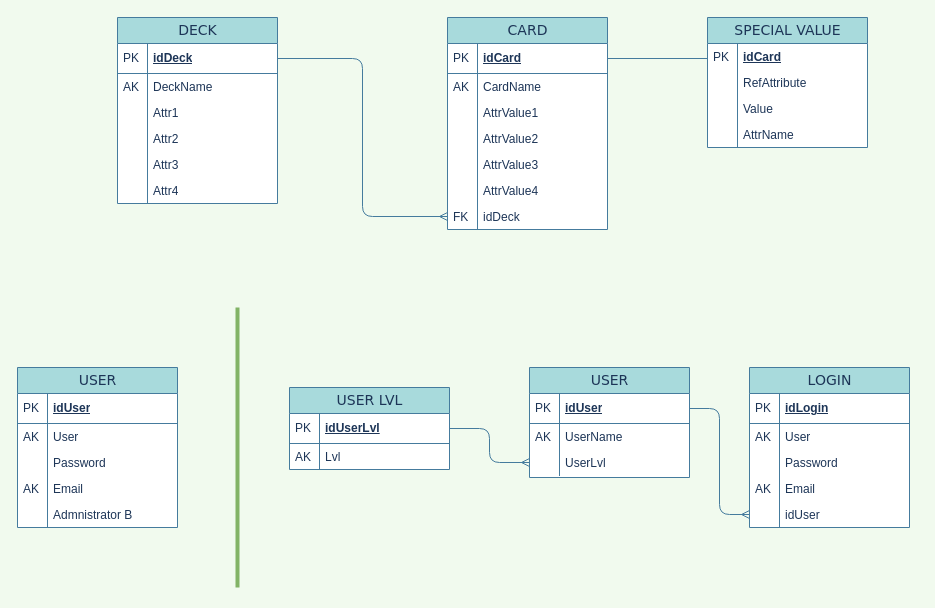
Above: db-projeto-pi.drawio in Gustavo-Palmeira/Mega-Triunfo (draw.io), before the change. Source tidied: cells renumbered, new cells numbered last; positions are measured from the earlier drawing's top-left corner, leaving out a move shared by most shapes. Both pictures are drawn from the tidied source at 100%, with x=0, y=0 at pixel (17, 17).
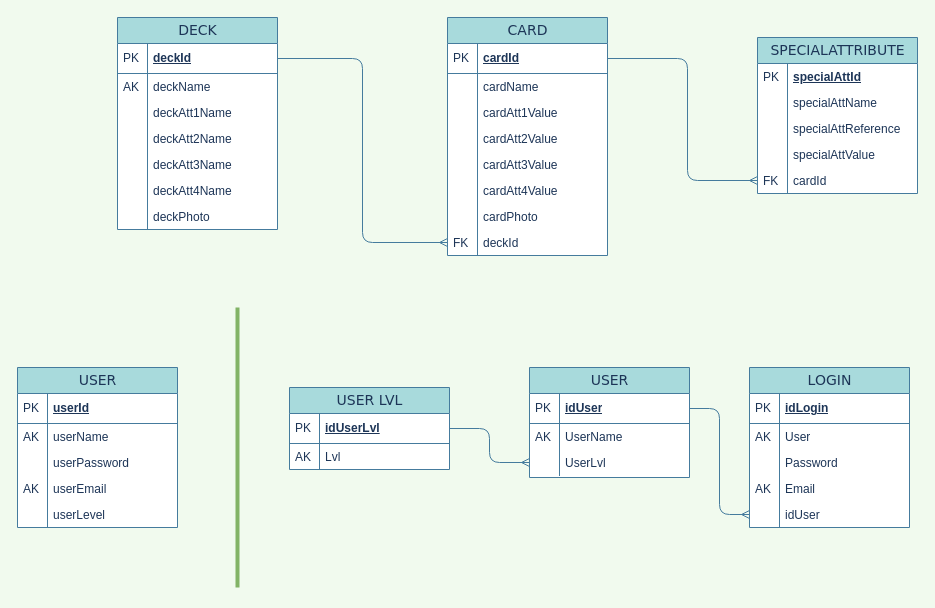
After the change.

Commit message (it also covers changes not shown here):
Adicionando o arquivo para importação do banco de dados e seu diagrama atualizado

Unchanged cells that the change refers to:
```xml
<mxCell id="43" value="USER" style="swimlane;html=1;fontStyle=0;horizontal=1;startSize=26;fillColor=#A8DADC;swimlaneFillColor=#ffffff;align=center;rounded=0;shadow=0;comic=0;labelBackgroundColor=none;strokeWidth=1;fontFamily=Verdana;fontSize=14;strokeColor=#457B9D;fontColor=#1D3557;" parent="1" vertex="1">
  <mxGeometry y="350" width="160" height="160" as="geometry" />
</mxCell>
```

What changed in the source:
```diff
@@
-    <mxCell id="2" style="edgeStyle=orthogonalEdgeStyle;curved=0;rounded=1;sketch=0;jettySize=auto;html=1;exitX=0;exitY=0.5;exitDx=0;exitDy=0;entryX=1;entryY=0.5;entryDx=0;entryDy=0;strokeColor=#457B9D;fillColor=#A8DADC;fontColor=#1D3557;endArrow=none;endFill=0;" parent="1" edge="1" source="33" target="18">
+    <mxCell id="2" style="edgeStyle=orthogonalEdgeStyle;curved=0;rounded=1;sketch=0;jettySize=auto;html=1;entryX=1;entryY=0.5;entryDx=0;entryDy=0;strokeColor=#457B9D;fillColor=#A8DADC;fontColor=#1D3557;endArrow=none;endFill=0;startArrow=ERmany;startFill=0;exitX=0;exitY=0.5;exitDx=0;exitDy=0;" parent="1" edge="1" source="82" target="18">
       <mxGeometry relative="1" as="geometry">
         <Array as="points">
-          <mxPoint x="720" y="41" />
+          <mxPoint x="670" y="163" />
+          <mxPoint x="670" y="41" />
         </Array>
       </mxGeometry>
     </mxCell>
-    <mxCell id="3" style="edgeStyle=orthogonalEdgeStyle;curved=0;rounded=1;sketch=0;jettySize=auto;html=1;exitX=1;exitY=0.5;exitDx=0;exitDy=0;entryX=0;entryY=0.5;entryDx=0;entryDy=0;strokeColor=#457B9D;fillColor=#A8DADC;fontColor=#1D3557;endArrow=ERmany;endFill=0;" parent="1" edge="1" source="5" target="30">
+    <mxCell id="3" style="edgeStyle=orthogonalEdgeStyle;curved=0;rounded=1;sketch=0;jettySize=auto;html=1;exitX=1;exitY=0.5;exitDx=0;exitDy=0;entryX=0;entryY=0.5;entryDx=0;entryDy=0;strokeColor=#457B9D;fillColor=#A8DADC;fontColor=#1D3557;endArrow=ERmany;endFill=0;" parent="1" edge="1" source="5" target="80">
       <mxGeometry relative="1" as="geometry" />
     </mxCell>
     <mxCell id="4" value="DECK" style="swimlane;html=1;fontStyle=0;horizontal=1;startSize=26;fillColor=#A8DADC;swimlaneFillColor=#ffffff;align=center;rounded=0;shadow=0;comic=0;labelBackgroundColor=none;strokeWidth=1;fontFamily=Verdana;fontSize=14;strokeColor=#457B9D;fontColor=#1D3557;" parent="1" vertex="1">
-      <mxGeometry x="100" width="160" height="186" as="geometry" />
+      <mxGeometry x="100" width="160" height="212" as="geometry" />
     </mxCell>
-    <mxCell id="5" value="idDeck" style="shape=partialRectangle;top=0;left=0;right=0;bottom=1;html=1;align=left;verticalAlign=middle;fillColor=none;spacingLeft=34;spacingRight=4;whiteSpace=wrap;overflow=hidden;points=[[0,0.5],[1,0.5]];portConstraint=eastwest;fontStyle=5;strokeColor=#457B9D;fontColor=#1D3557;" parent="4" vertex="1">
+    <mxCell id="5" value="deckId" style="shape=partialRectangle;top=0;left=0;right=0;bottom=1;html=1;align=left;verticalAlign=middle;fillColor=none;spacingLeft=34;spacingRight=4;whiteSpace=wrap;overflow=hidden;points=[[0,0.5],[1,0.5]];portConstraint=eastwest;fontStyle=5;strokeColor=#457B9D;fontColor=#1D3557;" parent="4" vertex="1">
       <mxGeometry y="26" width="160" height="30" as="geometry" />
     </mxCell>
@@
-    <mxCell id="7" value="DeckName" style="shape=partialRectangle;top=0;left=0;right=0;bottom=0;html=1;align=left;verticalAlign=top;fillColor=none;spacingLeft=34;spacingRight=4;whiteSpace=wrap;overflow=hidden;strokeColor=#457B9D;fontColor=#1D3557;" parent="4" vertex="1">
+    <mxCell id="7" value="deckName" style="shape=partialRectangle;top=0;left=0;right=0;bottom=0;html=1;align=left;verticalAlign=top;fillColor=none;spacingLeft=34;spacingRight=4;whiteSpace=wrap;overflow=hidden;strokeColor=#457B9D;fontColor=#1D3557;" parent="4" vertex="1">
       <mxGeometry y="56" width="160" height="26" as="geometry" />
     </mxCell>
@@
-    <mxCell id="9" value="Attr1" style="shape=partialRectangle;top=0;left=0;right=0;bottom=0;html=1;align=left;verticalAlign=top;fillColor=none;spacingLeft=34;spacingRight=4;whiteSpace=wrap;overflow=hidden;strokeColor=#457B9D;fontColor=#1D3557;" parent="4" vertex="1">
+    <mxCell id="9" value="deckAtt1Name" style="shape=partialRectangle;top=0;left=0;right=0;bottom=0;html=1;align=left;verticalAlign=top;fillColor=none;spacingLeft=34;spacingRight=4;whiteSpace=wrap;overflow=hidden;strokeColor=#457B9D;fontColor=#1D3557;" parent="4" vertex="1">
       <mxGeometry y="82" width="160" height="26" as="geometry" />
     </mxCell>
@@
-    <mxCell id="11" value="Attr2" style="shape=partialRectangle;top=0;left=0;right=0;bottom=0;html=1;align=left;verticalAlign=top;fillColor=none;spacingLeft=34;spacingRight=4;whiteSpace=wrap;overflow=hidden;strokeColor=#457B9D;fontColor=#1D3557;" parent="4" vertex="1">
+    <mxCell id="11" value="deckAtt2Name" style="shape=partialRectangle;top=0;left=0;right=0;bottom=0;html=1;align=left;verticalAlign=top;fillColor=none;spacingLeft=34;spacingRight=4;whiteSpace=wrap;overflow=hidden;strokeColor=#457B9D;fontColor=#1D3557;" parent="4" vertex="1">
       <mxGeometry y="108" width="160" height="26" as="geometry" />
     </mxCell>
@@
-    <mxCell id="13" value="Attr3" style="shape=partialRectangle;top=0;left=0;right=0;bottom=0;html=1;align=left;verticalAlign=top;fillColor=none;spacingLeft=34;spacingRight=4;whiteSpace=wrap;overflow=hidden;strokeColor=#457B9D;fontColor=#1D3557;" parent="4" vertex="1">
+    <mxCell id="13" value="deckAtt3Name" style="shape=partialRectangle;top=0;left=0;right=0;bottom=0;html=1;align=left;verticalAlign=top;fillColor=none;spacingLeft=34;spacingRight=4;whiteSpace=wrap;overflow=hidden;strokeColor=#457B9D;fontColor=#1D3557;" parent="4" vertex="1">
       <mxGeometry y="134" width="160" height="26" as="geometry" />
     </mxCell>
@@
-    <mxCell id="15" value="Attr4" style="shape=partialRectangle;top=0;left=0;right=0;bottom=0;html=1;align=left;verticalAlign=top;fillColor=none;spacingLeft=34;spacingRight=4;whiteSpace=wrap;overflow=hidden;strokeColor=#457B9D;fontColor=#1D3557;" parent="4" vertex="1">
+    <mxCell id="15" value="deckAtt4Name" style="shape=partialRectangle;top=0;left=0;right=0;bottom=0;html=1;align=left;verticalAlign=top;fillColor=none;spacingLeft=34;spacingRight=4;whiteSpace=wrap;overflow=hidden;strokeColor=#457B9D;fontColor=#1D3557;" parent="4" vertex="1">
       <mxGeometry y="160" width="160" height="26" as="geometry" />
     </mxCell>
@@
+    <mxCell id="78" value="deckPhoto" style="shape=partialRectangle;top=0;left=0;right=0;bottom=0;html=1;align=left;verticalAlign=top;fillColor=none;spacingLeft=34;spacingRight=4;whiteSpace=wrap;overflow=hidden;strokeColor=#457B9D;fontColor=#1D3557;" parent="4" vertex="1">
+      <mxGeometry y="186" width="160" height="26" as="geometry" />
+    </mxCell>
+    <mxCell id="79" style="shape=partialRectangle;top=0;left=0;bottom=0;html=1;fillColor=none;align=left;verticalAlign=top;spacingLeft=4;spacingRight=4;whiteSpace=wrap;overflow=hidden;strokeColor=#457B9D;fontColor=#1D3557;" parent="78" vertex="1">
+      <mxGeometry width="30" height="26" as="geometry" />
+    </mxCell>
     <mxCell id="17" value="CARD" style="swimlane;html=1;fontStyle=0;horizontal=1;startSize=26;fillColor=#A8DADC;swimlaneFillColor=#ffffff;align=center;rounded=0;shadow=0;comic=0;labelBackgroundColor=none;strokeWidth=1;fontFamily=Verdana;fontSize=14;strokeColor=#457B9D;fontColor=#1D3557;" parent="1" vertex="1">
-      <mxGeometry x="430" width="160" height="212" as="geometry" />
+      <mxGeometry x="430" width="160" height="238" as="geometry" />
     </mxCell>
-    <mxCell id="18" value="idCard" style="shape=partialRectangle;top=0;left=0;right=0;bottom=1;html=1;align=left;verticalAlign=middle;fillColor=none;spacingLeft=34;spacingRight=4;whiteSpace=wrap;overflow=hidden;points=[[0,0.5],[1,0.5]];portConstraint=eastwest;fontStyle=5;strokeColor=#457B9D;fontColor=#1D3557;" parent="17" vertex="1">
+    <mxCell id="18" value="cardId" style="shape=partialRectangle;top=0;left=0;right=0;bottom=1;html=1;align=left;verticalAlign=middle;fillColor=none;spacingLeft=34;spacingRight=4;whiteSpace=wrap;overflow=hidden;points=[[0,0.5],[1,0.5]];portConstraint=eastwest;fontStyle=5;strokeColor=#457B9D;fontColor=#1D3557;" parent="17" vertex="1">
       <mxGeometry y="26" width="160" height="30" as="geometry" />
     </mxCell>
@@
-    <mxCell id="20" value="CardName" style="shape=partialRectangle;top=0;left=0;right=0;bottom=0;html=1;align=left;verticalAlign=top;fillColor=none;spacingLeft=34;spacingRight=4;whiteSpace=wrap;overflow=hidden;strokeColor=#457B9D;fontColor=#1D3557;" parent="17" vertex="1">
+    <mxCell id="20" value="cardName" style="shape=partialRectangle;top=0;left=0;right=0;bottom=0;html=1;align=left;verticalAlign=top;fillColor=none;spacingLeft=34;spacingRight=4;whiteSpace=wrap;overflow=hidden;strokeColor=#457B9D;fontColor=#1D3557;" parent="17" vertex="1">
       <mxGeometry y="56" width="160" height="26" as="geometry" />
     </mxCell>
-    <mxCell id="21" value="AK" style="shape=partialRectangle;top=0;left=0;bottom=0;html=1;fillColor=none;align=left;verticalAlign=top;spacingLeft=4;spacingRight=4;whiteSpace=wrap;overflow=hidden;strokeColor=#457B9D;fontColor=#1D3557;" parent="20" vertex="1">
+    <mxCell id="21" style="shape=partialRectangle;top=0;left=0;bottom=0;html=1;fillColor=none;align=left;verticalAlign=top;spacingLeft=4;spacingRight=4;whiteSpace=wrap;overflow=hidden;strokeColor=#457B9D;fontColor=#1D3557;" parent="20" vertex="1">
       <mxGeometry width="30" height="26" as="geometry" />
     </mxCell>
-    <mxCell id="22" value="AttrValue1" style="shape=partialRectangle;top=0;left=0;right=0;bottom=0;html=1;align=left;verticalAlign=top;fillColor=none;spacingLeft=34;spacingRight=4;whiteSpace=wrap;overflow=hidden;strokeColor=#457B9D;fontColor=#1D3557;" parent="17" vertex="1">
+    <mxCell id="22" value="cardAtt1Value" style="shape=partialRectangle;top=0;left=0;right=0;bottom=0;html=1;align=left;verticalAlign=top;fillColor=none;spacingLeft=34;spacingRight=4;whiteSpace=wrap;overflow=hidden;strokeColor=#457B9D;fontColor=#1D3557;" parent="17" vertex="1">
       <mxGeometry y="82" width="160" height="26" as="geometry" />
     </mxCell>
@@
-    <mxCell id="24" value="AttrValue2" style="shape=partialRectangle;top=0;left=0;right=0;bottom=0;html=1;align=left;verticalAlign=top;fillColor=none;spacingLeft=34;spacingRight=4;whiteSpace=wrap;overflow=hidden;strokeColor=#457B9D;fontColor=#1D3557;" parent="17" vertex="1">
+    <mxCell id="24" value="cardAtt2Value" style="shape=partialRectangle;top=0;left=0;right=0;bottom=0;html=1;align=left;verticalAlign=top;fillColor=none;spacingLeft=34;spacingRight=4;whiteSpace=wrap;overflow=hidden;strokeColor=#457B9D;fontColor=#1D3557;" parent="17" vertex="1">
       <mxGeometry y="108" width="160" height="26" as="geometry" />
     </mxCell>
@@
-    <mxCell id="26" value="AttrValue3" style="shape=partialRectangle;top=0;left=0;right=0;bottom=0;html=1;align=left;verticalAlign=top;fillColor=none;spacingLeft=34;spacingRight=4;whiteSpace=wrap;overflow=hidden;strokeColor=#457B9D;fontColor=#1D3557;" parent="17" vertex="1">
+    <mxCell id="26" value="cardAtt3Value" style="shape=partialRectangle;top=0;left=0;right=0;bottom=0;html=1;align=left;verticalAlign=top;fillColor=none;spacingLeft=34;spacingRight=4;whiteSpace=wrap;overflow=hidden;strokeColor=#457B9D;fontColor=#1D3557;" parent="17" vertex="1">
       <mxGeometry y="134" width="160" height="26" as="geometry" />
     </mxCell>
@@
-    <mxCell id="28" value="AttrValue4" style="shape=partialRectangle;top=0;left=0;right=0;bottom=0;html=1;align=left;verticalAlign=top;fillColor=none;spacingLeft=34;spacingRight=4;whiteSpace=wrap;overflow=hidden;strokeColor=#457B9D;fontColor=#1D3557;" parent="17" vertex="1">
+    <mxCell id="28" value="cardAtt4Value" style="shape=partialRectangle;top=0;left=0;right=0;bottom=0;html=1;align=left;verticalAlign=top;fillColor=none;spacingLeft=34;spacingRight=4;whiteSpace=wrap;overflow=hidden;strokeColor=#457B9D;fontColor=#1D3557;" parent="17" vertex="1">
       <mxGeometry y="160" width="160" height="26" as="geometry" />
     </mxCell>
@@
-    <mxCell id="30" value="idDeck" style="shape=partialRectangle;top=0;left=0;right=0;bottom=0;html=1;align=left;verticalAlign=top;fillColor=none;spacingLeft=34;spacingRight=4;whiteSpace=wrap;overflow=hidden;points=[[0,0.5],[1,0.5]];portConstraint=eastwest;strokeColor=#457B9D;fontColor=#1D3557;" parent="17" vertex="1">
+    <mxCell id="30" value="cardPhoto" style="shape=partialRectangle;top=0;left=0;right=0;bottom=0;html=1;align=left;verticalAlign=top;fillColor=none;spacingLeft=34;spacingRight=4;whiteSpace=wrap;overflow=hidden;points=[[0,0.5],[1,0.5]];portConstraint=eastwest;strokeColor=#457B9D;fontColor=#1D3557;" parent="17" vertex="1">
       <mxGeometry y="186" width="160" height="26" as="geometry" />
     </mxCell>
-    <mxCell id="31" value="FK" style="shape=partialRectangle;top=0;left=0;bottom=0;html=1;fillColor=none;align=left;verticalAlign=top;spacingLeft=4;spacingRight=4;whiteSpace=wrap;overflow=hidden;strokeColor=#457B9D;fontColor=#1D3557;" parent="30" vertex="1">
+    <mxCell id="31" style="shape=partialRectangle;top=0;left=0;bottom=0;html=1;fillColor=none;align=left;verticalAlign=top;spacingLeft=4;spacingRight=4;whiteSpace=wrap;overflow=hidden;strokeColor=#457B9D;fontColor=#1D3557;" parent="30" vertex="1">
       <mxGeometry width="30" height="26" as="geometry" />
     </mxCell>
-    <mxCell id="32" value="SPECIAL VALUE" style="swimlane;html=1;fontStyle=0;horizontal=1;startSize=26;fillColor=#A8DADC;swimlaneFillColor=#ffffff;align=center;rounded=0;shadow=0;comic=0;labelBackgroundColor=none;strokeWidth=1;fontFamily=Verdana;fontSize=14;strokeColor=#457B9D;fontColor=#1D3557;" parent="1" vertex="1">
-      <mxGeometry x="690" width="160" height="130" as="geometry" />
-    </mxCell>
-    <mxCell id="33" value="idCard" style="shape=partialRectangle;top=0;left=0;right=0;bottom=0;html=1;align=left;verticalAlign=top;spacingLeft=34;spacingRight=4;whiteSpace=wrap;overflow=hidden;points=[[0,0.5],[1,0.5]];portConstraint=eastwest;perimeterSpacing=0;fillColor=none;fontStyle=5;strokeColor=#457B9D;fontColor=#1D3557;" parent="32" vertex="1">
-      <mxGeometry y="26" width="160" height="26" as="geometry" />
-    </mxCell>
-    <mxCell id="34" value="PK" style="shape=partialRectangle;top=0;left=0;bottom=0;html=1;fillColor=none;align=left;verticalAlign=top;spacingLeft=4;spacingRight=4;whiteSpace=wrap;overflow=hidden;strokeColor=#457B9D;fontColor=#1D3557;" parent="33" vertex="1">
-      <mxGeometry width="30" height="26" as="geometry" />
-    </mxCell>
-    <mxCell id="35" value="RefAttribute" style="shape=partialRectangle;top=0;left=0;right=0;bottom=0;html=1;align=left;verticalAlign=top;fillColor=none;spacingLeft=34;spacingRight=4;whiteSpace=wrap;overflow=hidden;perimeterSpacing=0;strokeColor=#457B9D;fontColor=#1D3557;" parent="32" vertex="1">
-      <mxGeometry y="52" width="160" height="26" as="geometry" />
-    </mxCell>
-    <mxCell id="36" style="shape=partialRectangle;top=0;left=0;bottom=0;html=1;fillColor=none;align=left;verticalAlign=top;spacingLeft=4;spacingRight=4;whiteSpace=wrap;overflow=hidden;strokeColor=#457B9D;fontColor=#1D3557;" parent="35" vertex="1">
-      <mxGeometry width="30" height="26" as="geometry" />
-    </mxCell>
-    <mxCell id="37" value="Value" style="shape=partialRectangle;top=0;left=0;right=0;bottom=0;html=1;align=left;verticalAlign=top;fillColor=none;spacingLeft=34;spacingRight=4;whiteSpace=wrap;overflow=hidden;strokeColor=#457B9D;fontColor=#1D3557;" parent="32" vertex="1">
-      <mxGeometry y="78" width="160" height="26" as="geometry" />
-    </mxCell>
-    <mxCell id="38" style="shape=partialRectangle;top=0;left=0;bottom=0;html=1;fillColor=none;align=left;verticalAlign=top;spacingLeft=4;spacingRight=4;whiteSpace=wrap;overflow=hidden;strokeColor=#457B9D;fontColor=#1D3557;" parent="37" vertex="1">
-      <mxGeometry width="30" height="26" as="geometry" />
-    </mxCell>
-    <mxCell id="39" value="AttrName" style="shape=partialRectangle;top=0;left=0;right=0;bottom=0;html=1;align=left;verticalAlign=top;fillColor=none;spacingLeft=34;spacingRight=4;whiteSpace=wrap;overflow=hidden;strokeColor=#457B9D;fontColor=#1D3557;" parent="32" vertex="1">
-      <mxGeometry y="104" width="160" height="26" as="geometry" />
-    </mxCell>
-    <mxCell id="40" style="shape=partialRectangle;top=0;left=0;bottom=0;html=1;fillColor=none;align=left;verticalAlign=top;spacingLeft=4;spacingRight=4;whiteSpace=wrap;overflow=hidden;strokeColor=#457B9D;fontColor=#1D3557;" parent="39" vertex="1">
-      <mxGeometry width="30" height="26" as="geometry" />
-    </mxCell>
+    <mxCell id="80" value="deckId" style="shape=partialRectangle;top=0;left=0;right=0;bottom=0;html=1;align=left;verticalAlign=top;fillColor=none;spacingLeft=34;spacingRight=4;whiteSpace=wrap;overflow=hidden;points=[[0,0.5],[1,0.5]];portConstraint=eastwest;strokeColor=#457B9D;fontColor=#1D3557;" parent="17" vertex="1">
+      <mxGeometry y="212" width="160" height="26" as="geometry" />
+    </mxCell>
+    <mxCell id="81" value="&lt;span&gt;FK&lt;/span&gt;" style="shape=partialRectangle;top=0;left=0;bottom=0;html=1;fillColor=none;align=left;verticalAlign=top;spacingLeft=4;spacingRight=4;whiteSpace=wrap;overflow=hidden;strokeColor=#457B9D;fontColor=#1D3557;" parent="80" vertex="1">
+      <mxGeometry width="30" height="26" as="geometry" />
+    </mxCell>
@@
-    <mxCell id="44" value="idUser" style="shape=partialRectangle;top=0;left=0;right=0;bottom=1;html=1;align=left;verticalAlign=middle;fillColor=none;spacingLeft=34;spacingRight=4;whiteSpace=wrap;overflow=hidden;fontStyle=5;strokeColor=#457B9D;fontColor=#1D3557;" parent="43" vertex="1">
+    <mxCell id="44" value="userId" style="shape=partialRectangle;top=0;left=0;right=0;bottom=1;html=1;align=left;verticalAlign=middle;fillColor=none;spacingLeft=34;spacingRight=4;whiteSpace=wrap;overflow=hidden;fontStyle=5;strokeColor=#457B9D;fontColor=#1D3557;" parent="43" vertex="1">
       <mxGeometry y="26" width="160" height="30" as="geometry" />
     </mxCell>
@@
-    <mxCell id="46" value="User" style="shape=partialRectangle;top=0;left=0;right=0;bottom=0;html=1;align=left;verticalAlign=top;fillColor=none;spacingLeft=34;spacingRight=4;whiteSpace=wrap;overflow=hidden;strokeColor=#457B9D;fontColor=#1D3557;" parent="43" vertex="1">
+    <mxCell id="46" value="userName" style="shape=partialRectangle;top=0;left=0;right=0;bottom=0;html=1;align=left;verticalAlign=top;fillColor=none;spacingLeft=34;spacingRight=4;whiteSpace=wrap;overflow=hidden;strokeColor=#457B9D;fontColor=#1D3557;" parent="43" vertex="1">
       <mxGeometry y="56" width="160" height="26" as="geometry" />
     </mxCell>
@@
-    <mxCell id="48" value="Password" style="shape=partialRectangle;top=0;left=0;right=0;bottom=0;html=1;align=left;verticalAlign=top;fillColor=none;spacingLeft=34;spacingRight=4;whiteSpace=wrap;overflow=hidden;strokeColor=#457B9D;fontColor=#1D3557;" parent="43" vertex="1">
+    <mxCell id="48" value="userPassword" style="shape=partialRectangle;top=0;left=0;right=0;bottom=0;html=1;align=left;verticalAlign=top;fillColor=none;spacingLeft=34;spacingRight=4;whiteSpace=wrap;overflow=hidden;strokeColor=#457B9D;fontColor=#1D3557;" parent="43" vertex="1">
       <mxGeometry y="82" width="160" height="26" as="geometry" />
     </mxCell>
@@
-    <mxCell id="50" value="Email" style="shape=partialRectangle;top=0;left=0;right=0;bottom=0;html=1;align=left;verticalAlign=top;fillColor=none;spacingLeft=34;spacingRight=4;whiteSpace=wrap;overflow=hidden;strokeColor=#457B9D;fontColor=#1D3557;" parent="43" vertex="1">
+    <mxCell id="50" value="userEmail" style="shape=partialRectangle;top=0;left=0;right=0;bottom=0;html=1;align=left;verticalAlign=top;fillColor=none;spacingLeft=34;spacingRight=4;whiteSpace=wrap;overflow=hidden;strokeColor=#457B9D;fontColor=#1D3557;" parent="43" vertex="1">
       <mxGeometry y="108" width="160" height="26" as="geometry" />
     </mxCell>
@@
-    <mxCell id="52" value="Admnistrator B" style="shape=partialRectangle;top=0;left=0;right=0;bottom=0;html=1;align=left;verticalAlign=top;fillColor=none;spacingLeft=34;spacingRight=4;whiteSpace=wrap;overflow=hidden;strokeColor=#457B9D;fontColor=#1D3557;" parent="43" vertex="1">
+    <mxCell id="52" value="userLevel&amp;nbsp;" style="shape=partialRectangle;top=0;left=0;right=0;bottom=0;html=1;align=left;verticalAlign=top;fillColor=none;spacingLeft=34;spacingRight=4;whiteSpace=wrap;overflow=hidden;strokeColor=#457B9D;fontColor=#1D3557;" parent="43" vertex="1">
       <mxGeometry y="134" width="160" height="26" as="geometry" />
     </mxCell>
@@
+    <mxCell id="32" value="SPECIALATTRIBUTE" style="swimlane;html=1;fontStyle=0;horizontal=1;startSize=26;fillColor=#A8DADC;swimlaneFillColor=#ffffff;align=center;rounded=0;shadow=0;comic=0;labelBackgroundColor=none;strokeWidth=1;fontFamily=Verdana;fontSize=14;strokeColor=#457B9D;fontColor=#1D3557;" parent="1" vertex="1">
+      <mxGeometry x="740" y="20" width="160" height="156" as="geometry" />
+    </mxCell>
+    <mxCell id="33" value="specialAttId" style="shape=partialRectangle;top=0;left=0;right=0;bottom=0;html=1;align=left;verticalAlign=top;spacingLeft=34;spacingRight=4;whiteSpace=wrap;overflow=hidden;points=[[0,0.5],[1,0.5]];portConstraint=eastwest;perimeterSpacing=0;fillColor=none;fontStyle=5;strokeColor=#457B9D;fontColor=#1D3557;" parent="32" vertex="1">
+      <mxGeometry y="26" width="160" height="26" as="geometry" />
+    </mxCell>
+    <mxCell id="34" value="PK" style="shape=partialRectangle;top=0;left=0;bottom=0;html=1;fillColor=none;align=left;verticalAlign=top;spacingLeft=4;spacingRight=4;whiteSpace=wrap;overflow=hidden;strokeColor=#457B9D;fontColor=#1D3557;" parent="33" vertex="1">
+      <mxGeometry width="30" height="26" as="geometry" />
+    </mxCell>
+    <mxCell id="35" value="specialAttName" style="shape=partialRectangle;top=0;left=0;right=0;bottom=0;html=1;align=left;verticalAlign=top;fillColor=none;spacingLeft=34;spacingRight=4;whiteSpace=wrap;overflow=hidden;perimeterSpacing=0;strokeColor=#457B9D;fontColor=#1D3557;" parent="32" vertex="1">
+      <mxGeometry y="52" width="160" height="26" as="geometry" />
+    </mxCell>
+    <mxCell id="36" style="shape=partialRectangle;top=0;left=0;bottom=0;html=1;fillColor=none;align=left;verticalAlign=top;spacingLeft=4;spacingRight=4;whiteSpace=wrap;overflow=hidden;strokeColor=#457B9D;fontColor=#1D3557;" parent="35" vertex="1">
+      <mxGeometry width="30" height="26" as="geometry" />
+    </mxCell>
+    <mxCell id="37" value="specialAttReference" style="shape=partialRectangle;top=0;left=0;right=0;bottom=0;html=1;align=left;verticalAlign=top;fillColor=none;spacingLeft=34;spacingRight=4;whiteSpace=wrap;overflow=hidden;strokeColor=#457B9D;fontColor=#1D3557;" parent="32" vertex="1">
+      <mxGeometry y="78" width="160" height="26" as="geometry" />
+    </mxCell>
+    <mxCell id="38" style="shape=partialRectangle;top=0;left=0;bottom=0;html=1;fillColor=none;align=left;verticalAlign=top;spacingLeft=4;spacingRight=4;whiteSpace=wrap;overflow=hidden;strokeColor=#457B9D;fontColor=#1D3557;" parent="37" vertex="1">
+      <mxGeometry width="30" height="26" as="geometry" />
+    </mxCell>
+    <mxCell id="39" value="specialAttValue" style="shape=partialRectangle;top=0;left=0;right=0;bottom=0;html=1;align=left;verticalAlign=top;fillColor=none;spacingLeft=34;spacingRight=4;whiteSpace=wrap;overflow=hidden;strokeColor=#457B9D;fontColor=#1D3557;" parent="32" vertex="1">
+      <mxGeometry y="104" width="160" height="26" as="geometry" />
+    </mxCell>
+    <mxCell id="40" style="shape=partialRectangle;top=0;left=0;bottom=0;html=1;fillColor=none;align=left;verticalAlign=top;spacingLeft=4;spacingRight=4;whiteSpace=wrap;overflow=hidden;strokeColor=#457B9D;fontColor=#1D3557;" parent="39" vertex="1">
+      <mxGeometry width="30" height="26" as="geometry" />
+    </mxCell>
+    <mxCell id="82" value="cardId" style="shape=partialRectangle;top=0;left=0;right=0;bottom=0;html=1;align=left;verticalAlign=top;fillColor=none;spacingLeft=34;spacingRight=4;whiteSpace=wrap;overflow=hidden;points=[[0,0.5],[1,0.5]];portConstraint=eastwest;strokeColor=#457B9D;fontColor=#1D3557;" parent="32" vertex="1">
+      <mxGeometry y="130" width="160" height="26" as="geometry" />
+    </mxCell>
+    <mxCell id="83" value="FK" style="shape=partialRectangle;top=0;left=0;bottom=0;html=1;fillColor=none;align=left;verticalAlign=top;spacingLeft=4;spacingRight=4;whiteSpace=wrap;overflow=hidden;strokeColor=#457B9D;fontColor=#1D3557;" parent="82" vertex="1">
+      <mxGeometry width="30" height="26" as="geometry" />
+    </mxCell>
```
